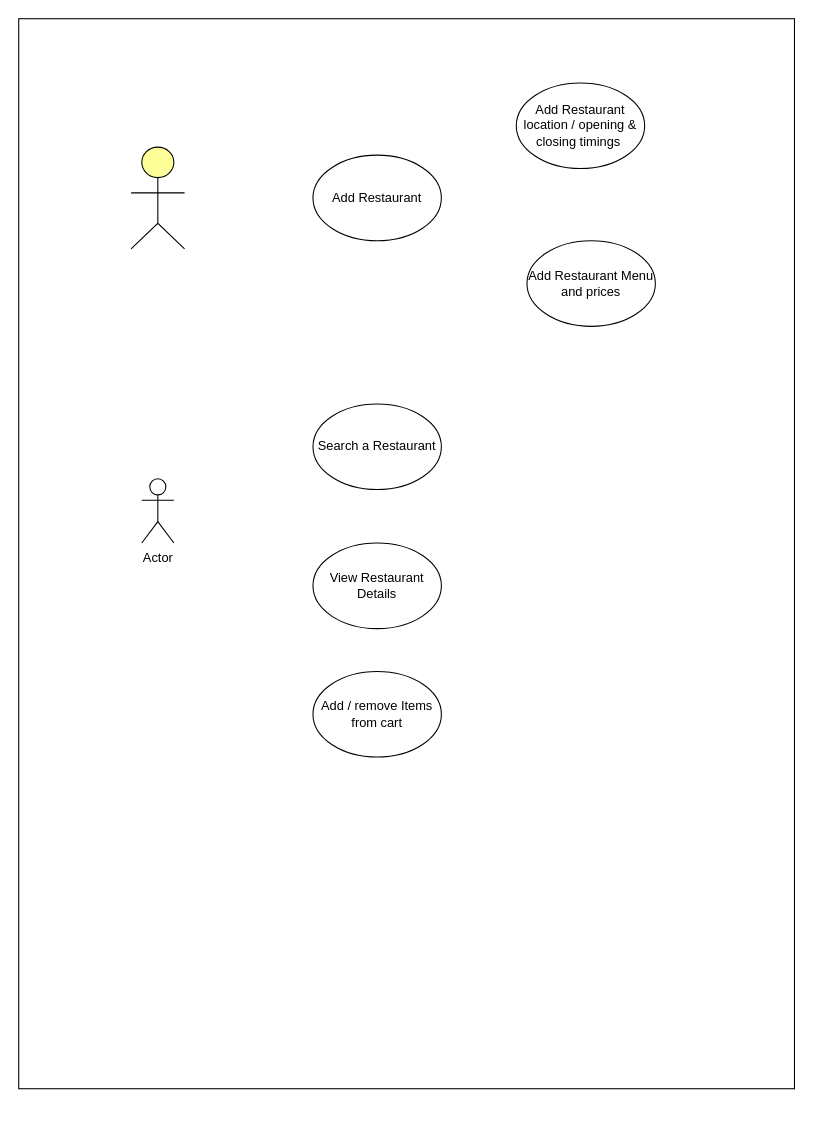
Above: Untitled Diagram.drawio in Pawanlelani/CodeProjects (draw.io), before the change. Source tidied: cells renumbered, new cells numbered last; positions are measured from the earlier drawing's top-left corner, leaving out a move shared by most shapes. Both pictures are drawn from the tidied source at 107%, with x=0, y=0 at pixel (18, 18).
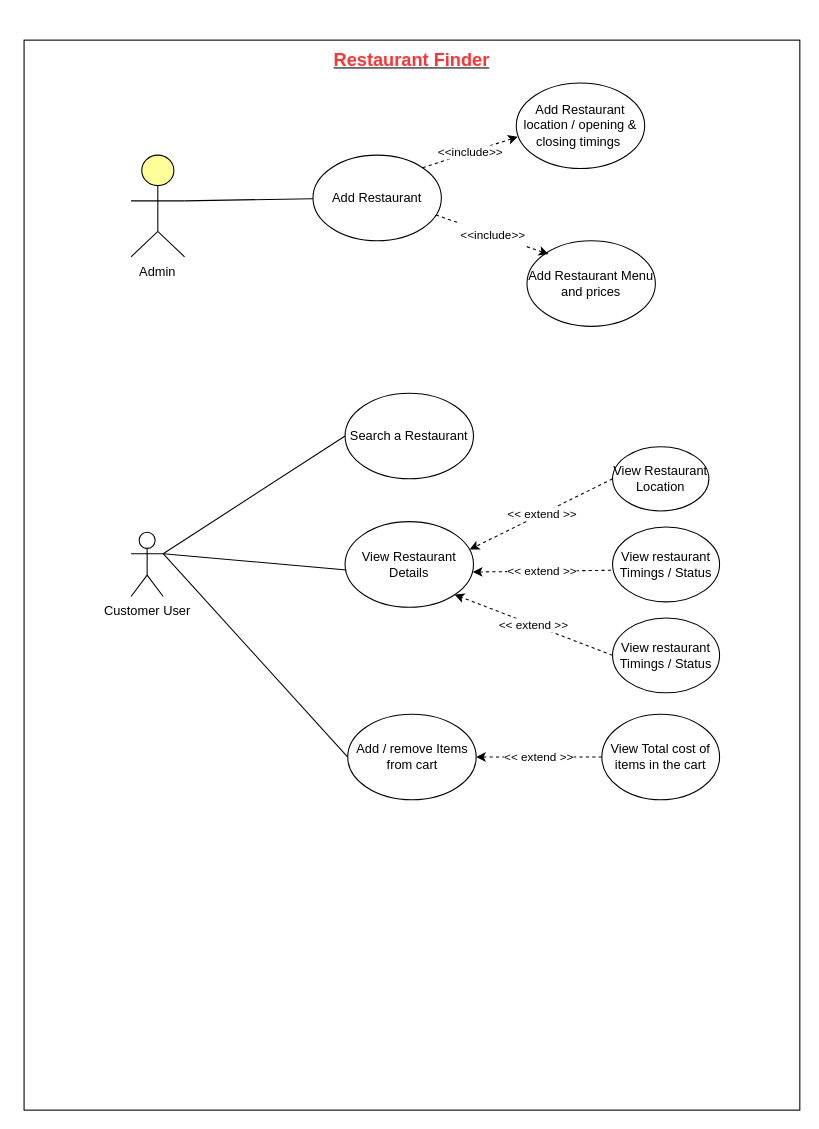
Above is the later version.

Unchanged cells that the change refers to:
```xml
<mxCell id="5" value="Add Restaurant" style="ellipse;whiteSpace=wrap;html=1;" parent="1" vertex="1">
  <mxGeometry x="275" y="127.5" width="120" height="80" as="geometry" />
</mxCell>
<mxCell id="6" value="Add Restaurant location / opening &amp;amp; closing timings&amp;nbsp;" style="ellipse;whiteSpace=wrap;html=1;" parent="1" vertex="1">
  <mxGeometry x="465" y="60" width="120" height="80" as="geometry" />
</mxCell>
```

Diff of the diagram source:
```diff
@@
     <mxCell id="2" style="rounded=0;whiteSpace=wrap;html=1;" parent="1" vertex="1">
-      <mxGeometry width="725" height="1000" as="geometry" />
+      <mxGeometry x="5" y="20" width="725" height="1000" as="geometry" />
     </mxCell>
-    <mxCell id="3" value="Actor" style="shape=umlActor;verticalLabelPosition=bottom;verticalAlign=top;html=1;" parent="1" vertex="1">
-      <mxGeometry x="115" y="430" width="30" height="60" as="geometry" />
+    <mxCell id="3" value="Customer User" style="shape=umlActor;verticalLabelPosition=bottom;verticalAlign=top;html=1;" parent="1" vertex="1">
+      <mxGeometry x="105" y="480" width="30" height="60" as="geometry" />
     </mxCell>
-    <mxCell id="4" style="html=1;outlineConnect=0;whiteSpace=wrap;fillColor=#ffff99;verticalLabelPosition=bottom;verticalAlign=top;align=center;shape=mxgraph.archimate3.actor;" parent="1" vertex="1">
-      <mxGeometry x="105" y="120" width="50" height="95" as="geometry" />
+    <mxCell id="4" value="Admin" style="html=1;outlineConnect=0;whiteSpace=wrap;fillColor=#ffff99;verticalLabelPosition=bottom;verticalAlign=top;align=center;shape=mxgraph.archimate3.actor;" parent="1" vertex="1">
+      <mxGeometry x="105" y="127.5" width="50" height="95" as="geometry" />
     </mxCell>
@@
     <mxCell id="8" value="Search a Restaurant" style="ellipse;whiteSpace=wrap;html=1;" parent="1" vertex="1">
-      <mxGeometry x="275" y="360" width="120" height="80" as="geometry" />
+      <mxGeometry x="305" y="350" width="120" height="80" as="geometry" />
     </mxCell>
     <mxCell id="9" value="View Restaurant Details" style="ellipse;whiteSpace=wrap;html=1;" parent="1" vertex="1">
-      <mxGeometry x="275" y="490" width="120" height="80" as="geometry" />
+      <mxGeometry x="305" y="470" width="120" height="80" as="geometry" />
     </mxCell>
     <mxCell id="10" value="Add / remove Items from cart" style="ellipse;whiteSpace=wrap;html=1;" parent="1" vertex="1">
-      <mxGeometry x="275" y="610" width="120" height="80" as="geometry" />
+      <mxGeometry x="307.5" y="650" width="120" height="80" as="geometry" />
     </mxCell>
+    <mxCell id="11" style="endArrow=none;html=1;exitX=1;exitY=0.45;exitDx=0;exitDy=0;exitPerimeter=0;" parent="1" edge="1" source="4" target="5">
+      <mxGeometry relative="1" as="geometry" />
+    </mxCell>
+    <mxCell id="12" style="endArrow=none;html=1;entryX=0;entryY=0.5;entryDx=0;entryDy=0;exitX=1;exitY=0.3333333333333333;exitDx=0;exitDy=0;exitPerimeter=0;" parent="1" edge="1" source="3" target="8">
+      <mxGeometry relative="1" as="geometry" />
+    </mxCell>
+    <mxCell id="13" style="endArrow=none;html=1;entryX=0.012;entryY=0.565;entryDx=0;entryDy=0;entryPerimeter=0;exitX=1;exitY=0.3333333333333333;exitDx=0;exitDy=0;exitPerimeter=0;" parent="1" edge="1" source="3" target="9">
+      <mxGeometry relative="1" as="geometry" />
+    </mxCell>
+    <mxCell id="14" style="endArrow=none;html=1;entryX=0;entryY=0.5;entryDx=0;entryDy=0;exitX=1;exitY=0.3333333333333333;exitDx=0;exitDy=0;exitPerimeter=0;" parent="1" edge="1" source="3" target="10">
+      <mxGeometry relative="1" as="geometry" />
+    </mxCell>
+    <mxCell id="15" value="&amp;lt;&amp;lt;include&amp;gt;&amp;gt;" style="endArrow=classic;html=1;entryX=0.011;entryY=0.629;entryDx=0;entryDy=0;entryPerimeter=0;exitX=1;exitY=0;exitDx=0;exitDy=0;dashed=1;" parent="1" edge="1" source="5" target="6">
+      <mxGeometry relative="1" as="geometry" />
+    </mxCell>
+    <mxCell id="16" value="&#10;&#10;&lt;span style=&quot;color: rgb(0, 0, 0); font-family: helvetica; font-size: 11px; font-style: normal; font-weight: 400; letter-spacing: normal; text-align: center; text-indent: 0px; text-transform: none; word-spacing: 0px; background-color: rgb(255, 255, 255); display: inline; float: none;&quot;&gt;&amp;lt;&amp;lt;include&amp;gt;&amp;gt;&lt;/span&gt;&#10;&#10;" style="endArrow=classic;html=1;exitX=0.957;exitY=0.699;exitDx=0;exitDy=0;exitPerimeter=0;dashed=1;" parent="1" edge="1" source="5">
+      <mxGeometry relative="1" as="geometry">
+        <mxPoint x="495" y="220" as="targetPoint" />
+      </mxGeometry>
+    </mxCell>
+    <mxCell id="17" value="View Total cost of &lt;br&gt;items in the cart" style="ellipse;whiteSpace=wrap;html=1;" parent="1" vertex="1">
+      <mxGeometry x="545" y="650" width="110" height="80" as="geometry" />
+    </mxCell>
+    <mxCell id="18" value="&amp;lt;&amp;lt; extend &amp;gt;&amp;gt;" style="endArrow=classic;html=1;dashed=1;entryX=1;entryY=0.5;entryDx=0;entryDy=0;" parent="1" edge="1" source="17" target="10">
+      <mxGeometry relative="1" as="geometry" />
+    </mxCell>
+    <mxCell id="19" value="View Restaurant Location" style="ellipse;whiteSpace=wrap;html=1;" parent="1" vertex="1">
+      <mxGeometry x="555" y="400" width="90" height="60" as="geometry" />
+    </mxCell>
+    <mxCell id="20" value="View restaurant Timings / Status" style="ellipse;whiteSpace=wrap;html=1;" parent="1" vertex="1">
+      <mxGeometry x="555" y="475" width="100" height="70" as="geometry" />
+    </mxCell>
+    <mxCell id="21" value="View restaurant Timings / Status" style="ellipse;whiteSpace=wrap;html=1;" parent="1" vertex="1">
+      <mxGeometry x="555" y="560" width="100" height="70" as="geometry" />
+    </mxCell>
+    <mxCell id="22" value="&amp;lt;&amp;lt; extend &amp;gt;&amp;gt;" style="endArrow=classic;html=1;dashed=1;entryX=0.971;entryY=0.325;entryDx=0;entryDy=0;entryPerimeter=0;exitX=0;exitY=0.5;exitDx=0;exitDy=0;" parent="1" edge="1" source="19" target="9">
+      <mxGeometry relative="1" as="geometry" />
+    </mxCell>
+    <mxCell id="23" value="&amp;lt;&amp;lt; extend &amp;gt;&amp;gt;" style="endArrow=classic;html=1;dashed=1;entryX=0.995;entryY=0.589;entryDx=0;entryDy=0;entryPerimeter=0;exitX=-0.014;exitY=0.578;exitDx=0;exitDy=0;exitPerimeter=0;" parent="1" edge="1" source="20" target="9">
+      <mxGeometry relative="1" as="geometry" />
+    </mxCell>
+    <mxCell id="24" value="&amp;lt;&amp;lt; extend &amp;gt;&amp;gt;" style="endArrow=classic;html=1;dashed=1;entryX=1;entryY=1;entryDx=0;entryDy=0;exitX=0;exitY=0.5;exitDx=0;exitDy=0;" parent="1" edge="1" source="21" target="9">
+      <mxGeometry relative="1" as="geometry" />
+    </mxCell>
+    <mxCell id="25" value="&lt;b&gt;&lt;u&gt;&lt;font color=&quot;#ff3333&quot; style=&quot;font-size: 17px&quot;&gt;Restaurant Finder&lt;/font&gt;&lt;/u&gt;&lt;/b&gt;" style="text;html=1;strokeColor=none;fillColor=none;align=center;verticalAlign=middle;whiteSpace=wrap;rounded=0;" parent="1" vertex="1">
+      <mxGeometry x="285" y="30" width="165" height="20" as="geometry" />
+    </mxCell>
```
